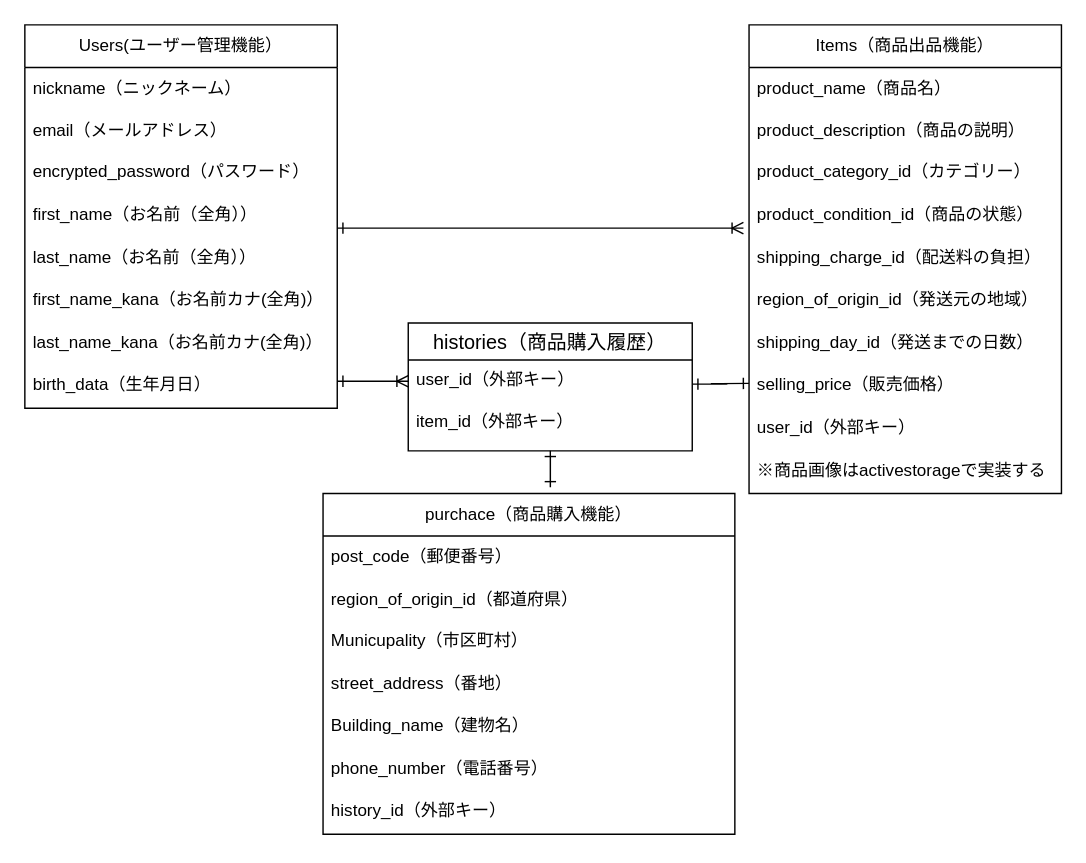
This is test.dio from harunanon/furima-40915, a draw.io file, before an edit. Source tidied: cells renumbered, new cells numbered last; positions are measured from the earlier drawing's top-left corner, leaving out a move shared by most shapes. Both pictures are drawn from the tidied source at 142%, with x=0, y=0 at pixel (24, 24).
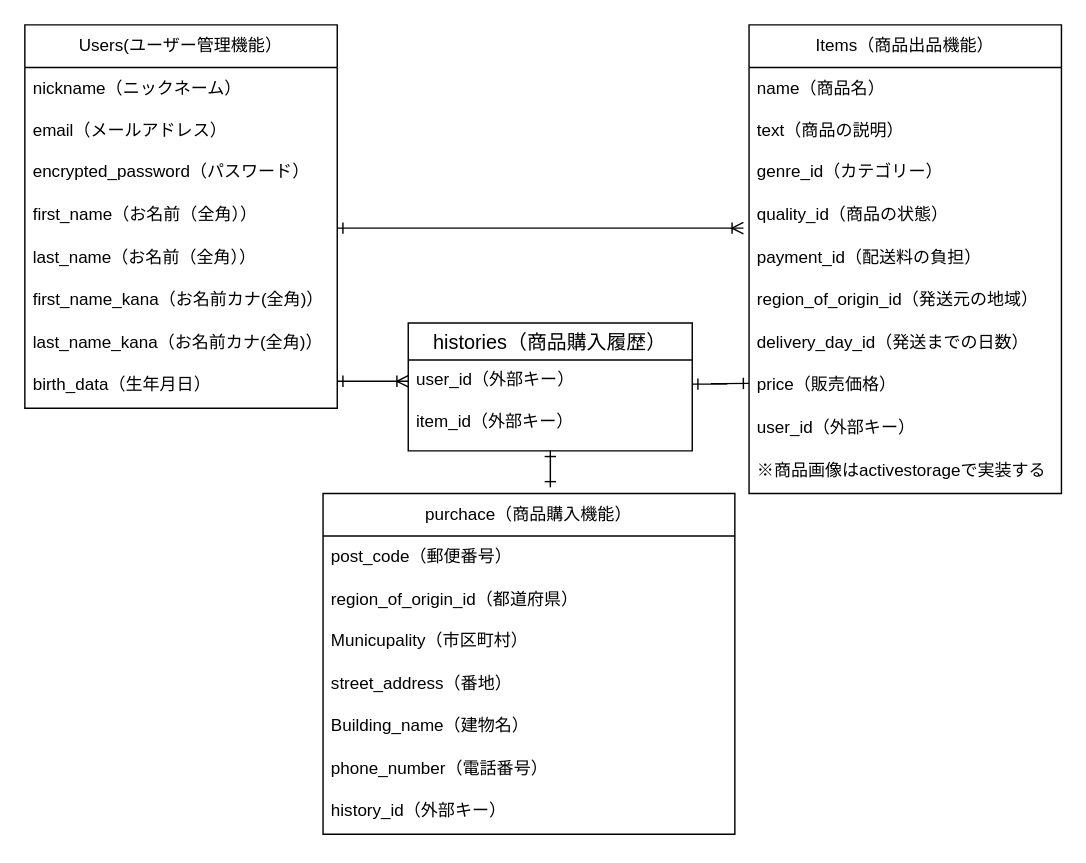
After the change.

Unchanged cells that the change refers to:
```xml
<mxCell id="11" value="Items（商品出品機能）" style="swimlane;fontStyle=0;horizontal=1;startSize=30;whiteSpace=wrap;html=1;" parent="1" vertex="1">
  <mxGeometry x="510" width="220" height="330" as="geometry" />
</mxCell>
```

What changed in the source:
```diff
@@
-    <mxCell id="12" value="product_name（商品名）" style="text;strokeColor=none;fillColor=none;align=left;verticalAlign=middle;spacingLeft=4;spacingRight=4;overflow=hidden;whiteSpace=wrap;html=1;" parent="11" vertex="1">
+    <mxCell id="12" value="name（商品名）" style="text;strokeColor=none;fillColor=none;align=left;verticalAlign=middle;spacingLeft=4;spacingRight=4;overflow=hidden;whiteSpace=wrap;html=1;" parent="11" vertex="1">
       <mxGeometry y="30" width="220" height="30" as="geometry" />
     </mxCell>
-    <mxCell id="13" value="product_description（商品の説明）" style="text;strokeColor=none;fillColor=none;align=left;verticalAlign=middle;spacingLeft=4;spacingRight=4;overflow=hidden;whiteSpace=wrap;html=1;" parent="11" vertex="1">
+    <mxCell id="13" value="text（商品の説明）" style="text;strokeColor=none;fillColor=none;align=left;verticalAlign=middle;spacingLeft=4;spacingRight=4;overflow=hidden;whiteSpace=wrap;html=1;" parent="11" vertex="1">
       <mxGeometry y="60" width="220" height="30" as="geometry" />
     </mxCell>
-    <mxCell id="14" value="product_category_id（カテゴリー）" style="text;strokeColor=none;fillColor=none;spacingLeft=4;spacingRight=4;overflow=hidden;fontSize=12;" parent="11" vertex="1">
+    <mxCell id="14" value="genre_id（カテゴリー）" style="text;strokeColor=none;fillColor=none;spacingLeft=4;spacingRight=4;overflow=hidden;fontSize=12;" parent="11" vertex="1">
       <mxGeometry y="90" width="220" height="30" as="geometry" />
     </mxCell>
-    <mxCell id="15" value="product_condition_id（商品の状態）&#10;" style="text;strokeColor=none;fillColor=none;spacingLeft=4;spacingRight=4;overflow=hidden;points=[[0,0.5],[1,0.5]];portConstraint=eastwest;fontSize=12;" parent="11" vertex="1">
+    <mxCell id="15" value="quality_id（商品の状態）&#10;" style="text;strokeColor=none;fillColor=none;spacingLeft=4;spacingRight=4;overflow=hidden;points=[[0,0.5],[1,0.5]];portConstraint=eastwest;fontSize=12;" parent="11" vertex="1">
       <mxGeometry y="120" width="220" height="30" as="geometry" />
     </mxCell>
-    <mxCell id="16" value="shipping_charge_id（配送料の負担）&#10;" style="text;strokeColor=none;fillColor=none;spacingLeft=4;spacingRight=4;overflow=hidden;fontSize=12;" parent="11" vertex="1">
+    <mxCell id="16" value="payment_id（配送料の負担）&#10;" style="text;strokeColor=none;fillColor=none;spacingLeft=4;spacingRight=4;overflow=hidden;fontSize=12;" parent="11" vertex="1">
       <mxGeometry y="150" width="220" height="30" as="geometry" />
     </mxCell>
@@
-    <mxCell id="18" value="shipping_day_id（発送までの日数）&#10;" style="text;strokeColor=none;fillColor=none;spacingLeft=4;spacingRight=4;overflow=hidden;fontSize=12;" parent="11" vertex="1">
+    <mxCell id="18" value="delivery_day_id（発送までの日数）&#10;" style="text;strokeColor=none;fillColor=none;spacingLeft=4;spacingRight=4;overflow=hidden;fontSize=12;" parent="11" vertex="1">
       <mxGeometry y="210" width="220" height="30" as="geometry" />
     </mxCell>
-    <mxCell id="19" value="selling_price（販売価格）" style="text;strokeColor=none;fillColor=none;spacingLeft=4;spacingRight=4;overflow=hidden;fontSize=12;" parent="11" vertex="1">
+    <mxCell id="19" value="price（販売価格）" style="text;strokeColor=none;fillColor=none;spacingLeft=4;spacingRight=4;overflow=hidden;fontSize=12;" parent="11" vertex="1">
       <mxGeometry y="240" width="220" height="30" as="geometry" />
     </mxCell>
```
